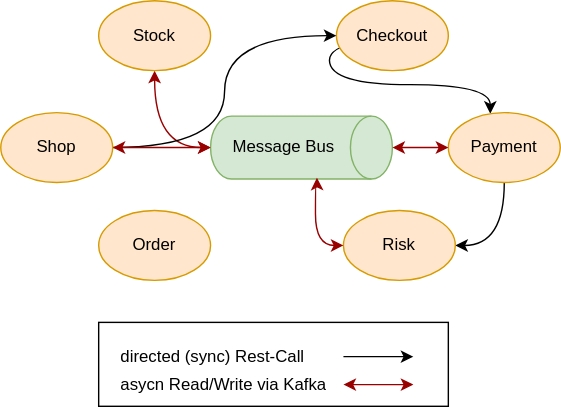
The draw.io diagram src/main/jbake/content/documentation/howto/distributed-systems/distributed-systems.drawio.svg in dancier/documentation, before a commit. Source tidied: cells renumbered, new cells last; positions are measured from the earlier drawing's top-left corner, leaving out a move shared by most shapes. The source it was exported from:
```xml
<mxGraphModel>
  <root>
    <mxCell id="0" />
    <mxCell id="1" parent="0" />
    <mxCell id="2" style="rounded=0;whiteSpace=wrap;html=1;" parent="1" vertex="1">
      <mxGeometry x="70" y="230" width="250" height="60" as="geometry" />
    </mxCell>
    <mxCell id="3" value="Message Bus" style="shape=cylinder3;whiteSpace=wrap;html=1;boundedLbl=1;backgroundOutline=1;size=15;direction=south;fillColor=#d5e8d4;strokeColor=#82b366;" parent="1" vertex="1">
      <mxGeometry x="150" y="82.5" width="130" height="45" as="geometry" />
    </mxCell>
    <mxCell id="4" style="edgeStyle=orthogonalEdgeStyle;jettySize=auto;html=1;entryX=0.5;entryY=1;entryDx=0;entryDy=0;entryPerimeter=0;startArrow=classic;startFill=1;curved=1;strokeColor=#990000;" parent="1" edge="1" source="5" target="3">
      <mxGeometry relative="1" as="geometry" />
    </mxCell>
    <mxCell id="5" value="Stock" style="ellipse;whiteSpace=wrap;html=1;fillColor=#ffe6cc;strokeColor=#d79b00;" parent="1" vertex="1">
      <mxGeometry x="70" width="80" height="50" as="geometry" />
    </mxCell>
    <mxCell id="6" style="edgeStyle=orthogonalEdgeStyle;jettySize=auto;html=1;curved=1;exitX=1;exitY=0.5;exitDx=0;exitDy=0;" parent="1" edge="1" source="7" target="10">
      <mxGeometry relative="1" as="geometry">
        <Array as="points">
          <mxPoint x="235" y="60" />
          <mxPoint x="350" y="60" />
        </Array>
      </mxGeometry>
    </mxCell>
    <mxCell id="7" value="Checkout" style="ellipse;whiteSpace=wrap;html=1;fillColor=#ffe6cc;strokeColor=#d79b00;" parent="1" vertex="1">
      <mxGeometry x="240" width="80" height="50" as="geometry" />
    </mxCell>
    <mxCell id="8" value="Order" style="ellipse;whiteSpace=wrap;html=1;fillColor=#ffe6cc;strokeColor=#d79b00;" parent="1" vertex="1">
      <mxGeometry x="70" y="150" width="80" height="50" as="geometry" />
    </mxCell>
    <mxCell id="9" style="edgeStyle=orthogonalEdgeStyle;jettySize=auto;html=1;entryX=1;entryY=0.5;entryDx=0;entryDy=0;curved=1;" parent="1" edge="1" source="10" target="11">
      <mxGeometry relative="1" as="geometry" />
    </mxCell>
    <mxCell id="10" value="Payment" style="ellipse;whiteSpace=wrap;html=1;fillColor=#ffe6cc;strokeColor=#d79b00;" parent="1" vertex="1">
      <mxGeometry x="320" y="80" width="80" height="50" as="geometry" />
    </mxCell>
    <mxCell id="11" value="Risk" style="ellipse;whiteSpace=wrap;html=1;fillColor=#ffe6cc;strokeColor=#d79b00;" parent="1" vertex="1">
      <mxGeometry x="245" y="150" width="80" height="50" as="geometry" />
    </mxCell>
    <mxCell id="12" style="edgeStyle=orthogonalEdgeStyle;jettySize=auto;html=1;entryX=0.978;entryY=0.415;entryDx=0;entryDy=0;entryPerimeter=0;strokeColor=#990000;curved=1;startArrow=classic;startFill=1;exitX=0;exitY=0.5;exitDx=0;exitDy=0;" parent="1" edge="1" source="11" target="3">
      <mxGeometry relative="1" as="geometry" />
    </mxCell>
    <mxCell id="13" style="edgeStyle=orthogonalEdgeStyle;jettySize=auto;html=1;entryX=0.5;entryY=0;entryDx=0;entryDy=0;entryPerimeter=0;strokeColor=#990000;curved=1;startArrow=classic;startFill=1;exitX=0;exitY=0.5;exitDx=0;exitDy=0;" parent="1" edge="1" source="10" target="3">
      <mxGeometry relative="1" as="geometry" />
    </mxCell>
    <mxCell id="14" style="edgeStyle=orthogonalEdgeStyle;jettySize=auto;html=1;entryX=0;entryY=0.5;entryDx=0;entryDy=0;curved=1;" parent="1" edge="1" source="16" target="7">
      <mxGeometry relative="1" as="geometry" />
    </mxCell>
    <mxCell id="15" style="edgeStyle=orthogonalEdgeStyle;jettySize=auto;html=1;curved=1;startArrow=classic;startFill=1;strokeColor=#990000;" parent="1" edge="1" source="16" target="3">
      <mxGeometry relative="1" as="geometry" />
    </mxCell>
    <mxCell id="16" value="Shop" style="ellipse;whiteSpace=wrap;html=1;fillColor=#ffe6cc;strokeColor=#d79b00;" parent="1" vertex="1">
      <mxGeometry y="80" width="80" height="50" as="geometry" />
    </mxCell>
    <mxCell id="17" style="endArrow=classic;html=1;rounded=0;" parent="1" edge="1">
      <mxGeometry relative="1" as="geometry">
        <mxPoint x="245" y="254.5" as="sourcePoint" />
        <mxPoint x="295" y="254.5" as="targetPoint" />
      </mxGeometry>
    </mxCell>
    <mxCell id="18" value="directed (sync) Rest-Call" style="text;strokeColor=none;fillColor=none;align=left;verticalAlign=middle;spacingLeft=4;spacingRight=4;overflow=hidden;whiteSpace=wrap;html=1;" parent="1" vertex="1">
      <mxGeometry x="80" y="240" width="160" height="30" as="geometry" />
    </mxCell>
    <mxCell id="19" value="asycn Read/Write via Kafka" style="text;strokeColor=none;fillColor=none;align=left;verticalAlign=middle;spacingLeft=4;spacingRight=4;overflow=hidden;whiteSpace=wrap;html=1;" parent="1" vertex="1">
      <mxGeometry x="80" y="260" width="160" height="30" as="geometry" />
    </mxCell>
    <mxCell id="20" style="endArrow=classic;html=1;rounded=0;startArrow=classic;startFill=1;strokeColor=#990000;" parent="1" edge="1">
      <mxGeometry relative="1" as="geometry">
        <mxPoint x="245" y="274.5" as="sourcePoint" />
        <mxPoint x="295" y="274.5" as="targetPoint" />
      </mxGeometry>
    </mxCell>
  </root>
</mxGraphModel>
```
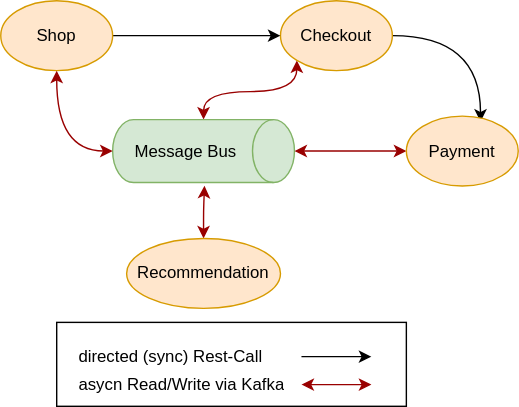
Above is the later version.

Commit message:
next steps

The edit, as a diff of the source:
```diff
@@ -3,72 +3,63 @@
     <mxCell id="0" />
     <mxCell id="1" parent="0" />
     <mxCell id="2" style="rounded=0;whiteSpace=wrap;html=1;" parent="1" vertex="1">
-      <mxGeometry x="70" y="230" width="250" height="60" as="geometry" />
+      <mxGeometry x="40" y="230" width="250" height="60" as="geometry" />
     </mxCell>
+    <mxCell id="21" style="edgeStyle=orthogonalEdgeStyle;jettySize=auto;html=1;exitX=0;exitY=0.5;exitDx=0;exitDy=0;exitPerimeter=0;entryX=0;entryY=1;entryDx=0;entryDy=0;curved=1;startArrow=classic;startFill=1;strokeColor=#990000;" parent="1" edge="1" source="3" target="7">
+      <mxGeometry relative="1" as="geometry" />
+    </mxCell>
     <mxCell id="3" value="Message Bus" style="shape=cylinder3;whiteSpace=wrap;html=1;boundedLbl=1;backgroundOutline=1;size=15;direction=south;fillColor=#d5e8d4;strokeColor=#82b366;" parent="1" vertex="1">
-      <mxGeometry x="150" y="82.5" width="130" height="45" as="geometry" />
+      <mxGeometry x="80" y="85" width="130" height="45" as="geometry" />
     </mxCell>
-    <mxCell id="4" style="edgeStyle=orthogonalEdgeStyle;jettySize=auto;html=1;entryX=0.5;entryY=1;entryDx=0;entryDy=0;entryPerimeter=0;startArrow=classic;startFill=1;curved=1;strokeColor=#990000;" parent="1" edge="1" source="5" target="3">
-      <mxGeometry relative="1" as="geometry" />
-    </mxCell>
-    <mxCell id="5" value="Stock" style="ellipse;whiteSpace=wrap;html=1;fillColor=#ffe6cc;strokeColor=#d79b00;" parent="1" vertex="1">
-      <mxGeometry x="70" width="80" height="50" as="geometry" />
-    </mxCell>
-    <mxCell id="6" style="edgeStyle=orthogonalEdgeStyle;jettySize=auto;html=1;curved=1;exitX=1;exitY=0.5;exitDx=0;exitDy=0;" parent="1" edge="1" source="7" target="10">
-      <mxGeometry relative="1" as="geometry">
-        <Array as="points">
-          <mxPoint x="235" y="60" />
-          <mxPoint x="350" y="60" />
-        </Array>
-      </mxGeometry>
+    <mxCell id="6" style="edgeStyle=orthogonalEdgeStyle;jettySize=auto;html=1;exitX=1;exitY=0.5;exitDx=0;exitDy=0;entryX=0.663;entryY=0.08;entryDx=0;entryDy=0;entryPerimeter=0;curved=1;" parent="1" edge="1" source="7" target="10">
+      <mxGeometry relative="1" as="geometry" />
     </mxCell>
     <mxCell id="7" value="Checkout" style="ellipse;whiteSpace=wrap;html=1;fillColor=#ffe6cc;strokeColor=#d79b00;" parent="1" vertex="1">
-      <mxGeometry x="240" width="80" height="50" as="geometry" />
+      <mxGeometry x="200" width="80" height="50" as="geometry" />
     </mxCell>
-    <mxCell id="8" value="Order" style="ellipse;whiteSpace=wrap;html=1;fillColor=#ffe6cc;strokeColor=#d79b00;" parent="1" vertex="1">
-      <mxGeometry x="70" y="150" width="80" height="50" as="geometry" />
-    </mxCell>
-    <mxCell id="9" style="edgeStyle=orthogonalEdgeStyle;jettySize=auto;html=1;entryX=1;entryY=0.5;entryDx=0;entryDy=0;curved=1;" parent="1" edge="1" source="10" target="11">
-      <mxGeometry relative="1" as="geometry" />
-    </mxCell>
+    <mxCell id="13" style="edgeStyle=orthogonalEdgeStyle;rounded=0;jettySize=auto;html=1;entryX=0.5;entryY=0;entryDx=0;entryDy=0;entryPerimeter=0;strokeColor=#990000;exitX=0;exitY=0.5;exitDx=0;exitDy=0;startArrow=classic;startFill=1;" parent="1" edge="1" source="10" target="3">
+      <mxGeometry relative="1" as="geometry">
+        <Array as="points">
+          <mxPoint x="270" y="107" />
+          <mxPoint x="240" y="108" />
+        </Array>
+      </mxGeometry>
+    </mxCell>
     <mxCell id="10" value="Payment" style="ellipse;whiteSpace=wrap;html=1;fillColor=#ffe6cc;strokeColor=#d79b00;" parent="1" vertex="1">
-      <mxGeometry x="320" y="80" width="80" height="50" as="geometry" />
+      <mxGeometry x="290" y="82.5" width="80" height="50" as="geometry" />
     </mxCell>
-    <mxCell id="11" value="Risk" style="ellipse;whiteSpace=wrap;html=1;fillColor=#ffe6cc;strokeColor=#d79b00;" parent="1" vertex="1">
-      <mxGeometry x="245" y="150" width="80" height="50" as="geometry" />
-    </mxCell>
-    <mxCell id="12" style="edgeStyle=orthogonalEdgeStyle;jettySize=auto;html=1;entryX=0.978;entryY=0.415;entryDx=0;entryDy=0;entryPerimeter=0;strokeColor=#990000;curved=1;startArrow=classic;startFill=1;exitX=0;exitY=0.5;exitDx=0;exitDy=0;" parent="1" edge="1" source="11" target="3">
-      <mxGeometry relative="1" as="geometry" />
-    </mxCell>
-    <mxCell id="13" style="edgeStyle=orthogonalEdgeStyle;jettySize=auto;html=1;entryX=0.5;entryY=0;entryDx=0;entryDy=0;entryPerimeter=0;strokeColor=#990000;curved=1;startArrow=classic;startFill=1;exitX=0;exitY=0.5;exitDx=0;exitDy=0;" parent="1" edge="1" source="10" target="3">
-      <mxGeometry relative="1" as="geometry" />
-    </mxCell>
-    <mxCell id="14" style="edgeStyle=orthogonalEdgeStyle;jettySize=auto;html=1;entryX=0;entryY=0.5;entryDx=0;entryDy=0;curved=1;" parent="1" edge="1" source="16" target="7">
+    <mxCell id="14" style="edgeStyle=orthogonalEdgeStyle;rounded=0;jettySize=auto;html=1;" parent="1" edge="1" source="16" target="7">
       <mxGeometry relative="1" as="geometry" />
     </mxCell>
-    <mxCell id="15" style="edgeStyle=orthogonalEdgeStyle;jettySize=auto;html=1;curved=1;startArrow=classic;startFill=1;strokeColor=#990000;" parent="1" edge="1" source="16" target="3">
-      <mxGeometry relative="1" as="geometry" />
-    </mxCell>
     <mxCell id="16" value="Shop" style="ellipse;whiteSpace=wrap;html=1;fillColor=#ffe6cc;strokeColor=#d79b00;" parent="1" vertex="1">
-      <mxGeometry y="80" width="80" height="50" as="geometry" />
+      <mxGeometry width="80" height="50" as="geometry" />
     </mxCell>
     <mxCell id="17" style="endArrow=classic;html=1;rounded=0;" parent="1" edge="1">
       <mxGeometry relative="1" as="geometry">
-        <mxPoint x="245" y="254.5" as="sourcePoint" />
-        <mxPoint x="295" y="254.5" as="targetPoint" />
+        <mxPoint x="215" y="254.5" as="sourcePoint" />
+        <mxPoint x="265" y="254.5" as="targetPoint" />
       </mxGeometry>
     </mxCell>
     <mxCell id="18" value="directed (sync) Rest-Call" style="text;strokeColor=none;fillColor=none;align=left;verticalAlign=middle;spacingLeft=4;spacingRight=4;overflow=hidden;whiteSpace=wrap;html=1;" parent="1" vertex="1">
-      <mxGeometry x="80" y="240" width="160" height="30" as="geometry" />
+      <mxGeometry x="50" y="240" width="160" height="30" as="geometry" />
     </mxCell>
     <mxCell id="19" value="asycn Read/Write via Kafka" style="text;strokeColor=none;fillColor=none;align=left;verticalAlign=middle;spacingLeft=4;spacingRight=4;overflow=hidden;whiteSpace=wrap;html=1;" parent="1" vertex="1">
-      <mxGeometry x="80" y="260" width="160" height="30" as="geometry" />
+      <mxGeometry x="50" y="260" width="160" height="30" as="geometry" />
     </mxCell>
     <mxCell id="20" style="endArrow=classic;html=1;rounded=0;startArrow=classic;startFill=1;strokeColor=#990000;" parent="1" edge="1">
       <mxGeometry relative="1" as="geometry">
-        <mxPoint x="245" y="274.5" as="sourcePoint" />
-        <mxPoint x="295" y="274.5" as="targetPoint" />
+        <mxPoint x="215" y="274.5" as="sourcePoint" />
+        <mxPoint x="265" y="274.5" as="targetPoint" />
       </mxGeometry>
     </mxCell>
+    <mxCell id="22" style="edgeStyle=orthogonalEdgeStyle;jettySize=auto;html=1;entryX=0.5;entryY=1;entryDx=0;entryDy=0;strokeColor=#990000;curved=1;startArrow=classic;startFill=1;exitX=0.5;exitY=1;exitDx=0;exitDy=0;exitPerimeter=0;" parent="1" edge="1" source="3" target="16">
+      <mxGeometry relative="1" as="geometry" />
+    </mxCell>
+    <mxCell id="23" style="edgeStyle=orthogonalEdgeStyle;rounded=1;jettySize=auto;html=1;entryX=1.052;entryY=0.495;entryDx=0;entryDy=0;entryPerimeter=0;startArrow=classic;startFill=1;strokeColor=#990000;" parent="1" edge="1" source="24" target="3">
+      <mxGeometry relative="1" as="geometry" />
+    </mxCell>
+    <mxCell id="24" value="Recommendation" style="ellipse;whiteSpace=wrap;html=1;fillColor=#ffe6cc;strokeColor=#d79b00;" parent="1" vertex="1">
+      <mxGeometry x="90" y="170" width="110" height="50" as="geometry" />
+    </mxCell>
   </root>
 </mxGraphModel>
```
